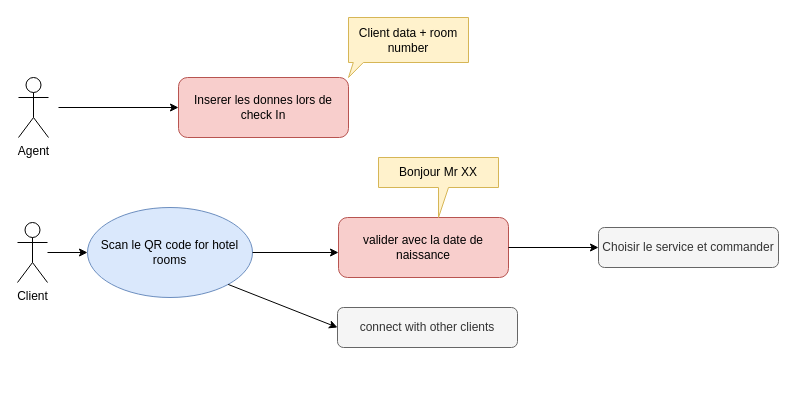
This is hotelRooms.drawio from IsmailZi/restoAppPublic, a draw.io file, before an edit. Source tidied: cells renumbered, new cells numbered last; positions are measured from the earlier drawing's top-left corner, leaving out a move shared by most shapes. Both pictures are drawn from the tidied source at 100%, with x=0, y=0 at pixel (17, 17).
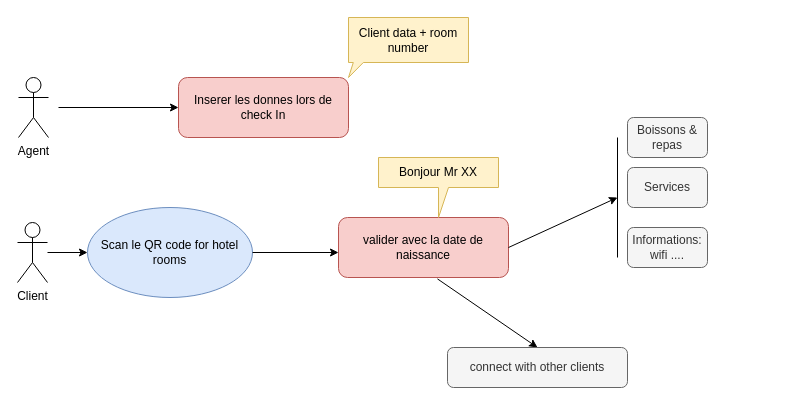
The same diagram, later.

Commit message:
Mettre à jour hotelRooms.drawio

The change refers to these unchanged cells:
```xml
<mxCell id="2" value="Scan le QR code for hotel rooms" style="ellipse;whiteSpace=wrap;html=1;fillColor=#dae8fc;strokeColor=#6c8ebf;" parent="1" vertex="1">
  <mxGeometry x="70" y="190" width="165" height="90" as="geometry" />
</mxCell>
<mxCell id="4" value="valider avec la date de naissance" style="rounded=1;whiteSpace=wrap;html=1;fillColor=#f8cecc;strokeColor=#b85450;" parent="1" vertex="1">
  <mxGeometry x="321" y="200" width="170" height="60" as="geometry" />
</mxCell>
```

Change to the diagram source:
```diff
@@
-    <mxCell id="5" value="Choisir le service et commander" style="rounded=1;whiteSpace=wrap;html=1;fillColor=#f5f5f5;fontColor=#333333;strokeColor=#666666;" parent="1" vertex="1">
-      <mxGeometry x="581" y="210" width="180" height="40" as="geometry" />
-    </mxCell>
-    <mxCell id="6" style="endArrow=classic;html=1;rounded=0;exitX=1;exitY=0.5;exitDx=0;exitDy=0;" parent="1" edge="1" source="4" target="5">
-      <mxGeometry relative="1" as="geometry" />
+    <mxCell id="6" style="endArrow=classic;html=1;rounded=0;exitX=1;exitY=0.5;exitDx=0;exitDy=0;" parent="1" edge="1" source="4">
+      <mxGeometry relative="1" as="geometry">
+        <mxPoint x="600" y="180" as="targetPoint" />
+      </mxGeometry>
     </mxCell>
@@
-    <mxCell id="14" style="endArrow=classic;html=1;rounded=0;exitX=1;exitY=1;exitDx=0;exitDy=0;" parent="1" edge="1" source="2">
-      <mxGeometry relative="1" as="geometry">
-        <mxPoint x="320" y="310" as="targetPoint" />
-      </mxGeometry>
+    <mxCell id="14" style="endArrow=classic;html=1;rounded=0;exitX=0.582;exitY=1.023;exitDx=0;exitDy=0;exitPerimeter=0;entryX=0.5;entryY=0;entryDx=0;entryDy=0;" parent="1" edge="1" source="4" target="15">
+      <mxGeometry relative="1" as="geometry" />
     </mxCell>
     <mxCell id="15" value="connect with other clients" style="rounded=1;whiteSpace=wrap;html=1;fillColor=#f5f5f5;fontColor=#333333;strokeColor=#666666;" parent="1" vertex="1">
-      <mxGeometry x="320" y="290" width="180" height="40" as="geometry" />
+      <mxGeometry x="430" y="330" width="180" height="40" as="geometry" />
     </mxCell>
+    <mxCell id="16" value="Services" style="rounded=1;whiteSpace=wrap;html=1;fillColor=#f5f5f5;fontColor=#333333;strokeColor=#666666;" parent="1" vertex="1">
+      <mxGeometry x="610" y="150" width="80" height="40" as="geometry" />
+    </mxCell>
+    <mxCell id="17" value="Boissons &amp;amp; repas" style="rounded=1;whiteSpace=wrap;html=1;fillColor=#f5f5f5;fontColor=#333333;strokeColor=#666666;" parent="1" vertex="1">
+      <mxGeometry x="610" y="100" width="80" height="40" as="geometry" />
+    </mxCell>
+    <mxCell id="18" value="Informations: wifi ...." style="rounded=1;whiteSpace=wrap;html=1;fillColor=#f5f5f5;fontColor=#333333;strokeColor=#666666;" parent="1" vertex="1">
+      <mxGeometry x="610" y="210" width="80" height="40" as="geometry" />
+    </mxCell>
+    <mxCell id="19" style="endArrow=none;html=1;rounded=0;" parent="1" edge="1">
+      <mxGeometry relative="1" as="geometry">
+        <mxPoint x="600" y="240" as="sourcePoint" />
+        <mxPoint x="600" y="120" as="targetPoint" />
+      </mxGeometry>
+    </mxCell>
```
